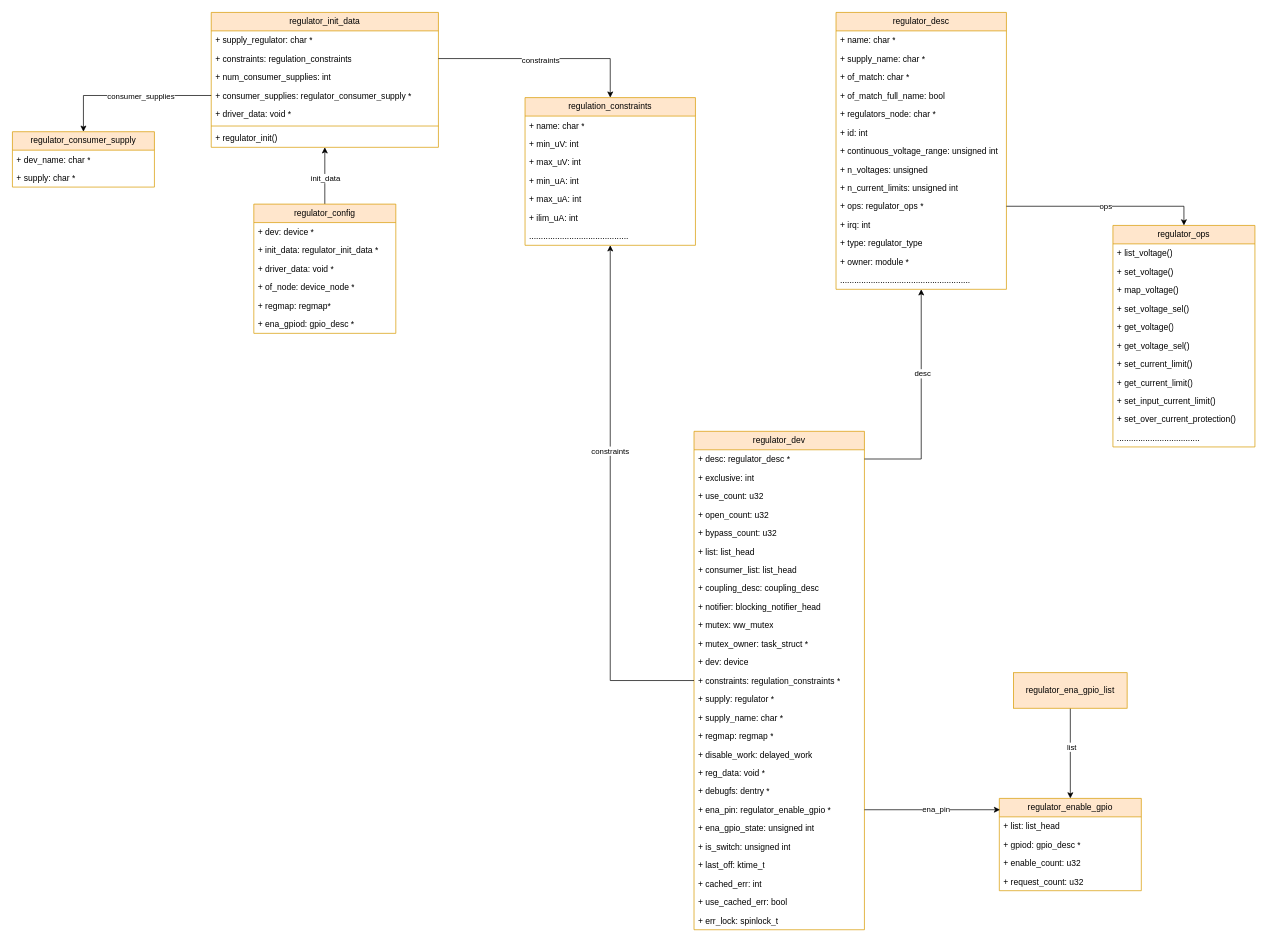
Above: Regulator.drawio in Kaling1203/Diagram (draw.io), before the change. Source tidied: cells renumbered, new cells numbered last; positions are measured from the earlier drawing's top-left corner, leaving out a move shared by most shapes. Both pictures are drawn from the tidied source at 71%, with x=0, y=0 at pixel (12, 12).
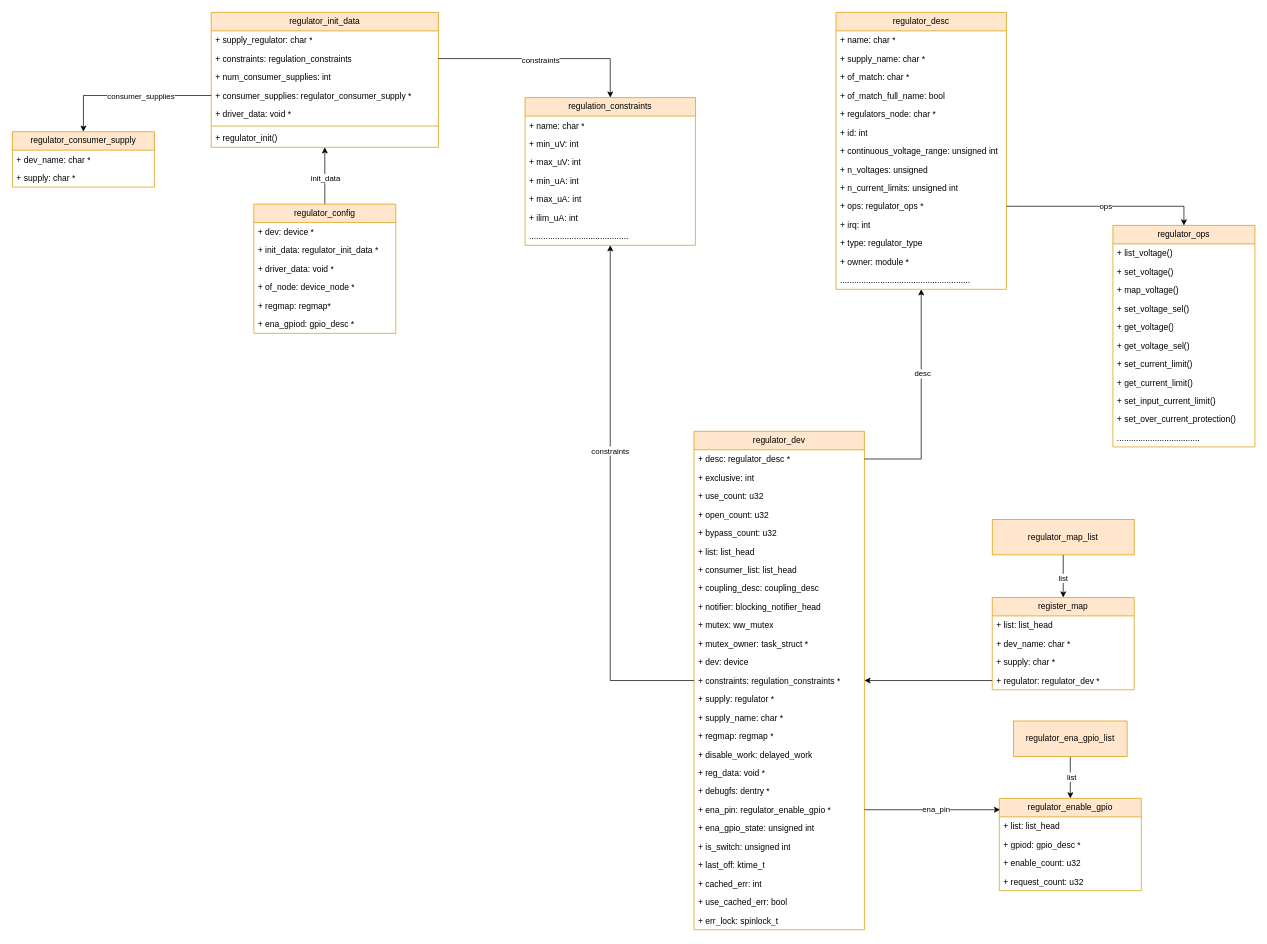
After the change.

Unchanged cells that the change refers to:
```xml
<mxCell id="63" value="regulator_dev" style="swimlane;fontStyle=0;horizontal=1;startSize=26;fillColor=#ffe6cc;whiteSpace=wrap;html=1;strokeColor=#d79b00;" parent="1" vertex="1">
  <mxGeometry x="960" y="590" width="240" height="702" as="geometry" />
</mxCell>
```

Change to the diagram source:
```diff
@@
     <mxCell id="103" value="regulator_ena_gpio_list" style="html=1;whiteSpace=wrap;fillColor=#ffe6cc;strokeColor=#d79b00;" parent="1" vertex="1">
-      <mxGeometry x="1410" y="930" width="160" height="50" as="geometry" />
+      <mxGeometry x="1410" y="998" width="160" height="50" as="geometry" />
     </mxCell>
+    <mxCell id="104" value="register_map" style="swimlane;fontStyle=0;horizontal=1;startSize=26;fillColor=#ffe6cc;whiteSpace=wrap;html=1;strokeColor=#d79b00;" parent="1" vertex="1">
+      <mxGeometry x="1380" y="824" width="200" height="130" as="geometry" />
+    </mxCell>
+    <mxCell id="105" value="+ list: list_head" style="text;strokeColor=none;fillColor=none;align=left;verticalAlign=top;spacingLeft=4;spacingRight=4;overflow=hidden;whiteSpace=wrap;html=1;" parent="104" vertex="1">
+      <mxGeometry y="26" width="200" height="26" as="geometry" />
+    </mxCell>
+    <mxCell id="106" value="+&amp;nbsp;dev_name: char *" style="text;strokeColor=none;fillColor=none;align=left;verticalAlign=top;spacingLeft=4;spacingRight=4;overflow=hidden;whiteSpace=wrap;html=1;" parent="104" vertex="1">
+      <mxGeometry y="52" width="200" height="26" as="geometry" />
+    </mxCell>
+    <mxCell id="107" value="+&amp;nbsp;supply: char *" style="text;strokeColor=none;fillColor=none;align=left;verticalAlign=top;spacingLeft=4;spacingRight=4;overflow=hidden;whiteSpace=wrap;html=1;" parent="104" vertex="1">
+      <mxGeometry y="78" width="200" height="26" as="geometry" />
+    </mxCell>
+    <mxCell id="108" value="+ regulator:&amp;nbsp;regulator_dev *" style="text;strokeColor=none;fillColor=none;align=left;verticalAlign=top;spacingLeft=4;spacingRight=4;overflow=hidden;points=[[0,0.5],[1,0.5]];portConstraint=eastwest;whiteSpace=wrap;html=1;" parent="104" vertex="1">
+      <mxGeometry y="104" width="200" height="26" as="geometry" />
+    </mxCell>
+    <mxCell id="109" style="edgeStyle=orthogonalEdgeStyle;rounded=0;jettySize=auto;html=1;" parent="1" edge="1" source="111" target="104">
+      <mxGeometry relative="1" as="geometry" />
+    </mxCell>
+    <mxCell id="110" value="list" style="edgeLabel;html=1;align=center;verticalAlign=middle;" parent="109" vertex="1">
+      <mxGeometry x="0.06" y="-1" relative="1" as="geometry" />
+    </mxCell>
+    <mxCell id="111" value="regulator_map_list" style="html=1;whiteSpace=wrap;fillColor=#ffe6cc;strokeColor=#d79b00;" parent="1" vertex="1">
+      <mxGeometry x="1380" y="714" width="200" height="50" as="geometry" />
+    </mxCell>
+    <mxCell id="112" style="edgeStyle=orthogonalEdgeStyle;rounded=0;jettySize=auto;html=1;" parent="1" edge="1" source="108" target="63">
+      <mxGeometry relative="1" as="geometry" />
+    </mxCell>
```
